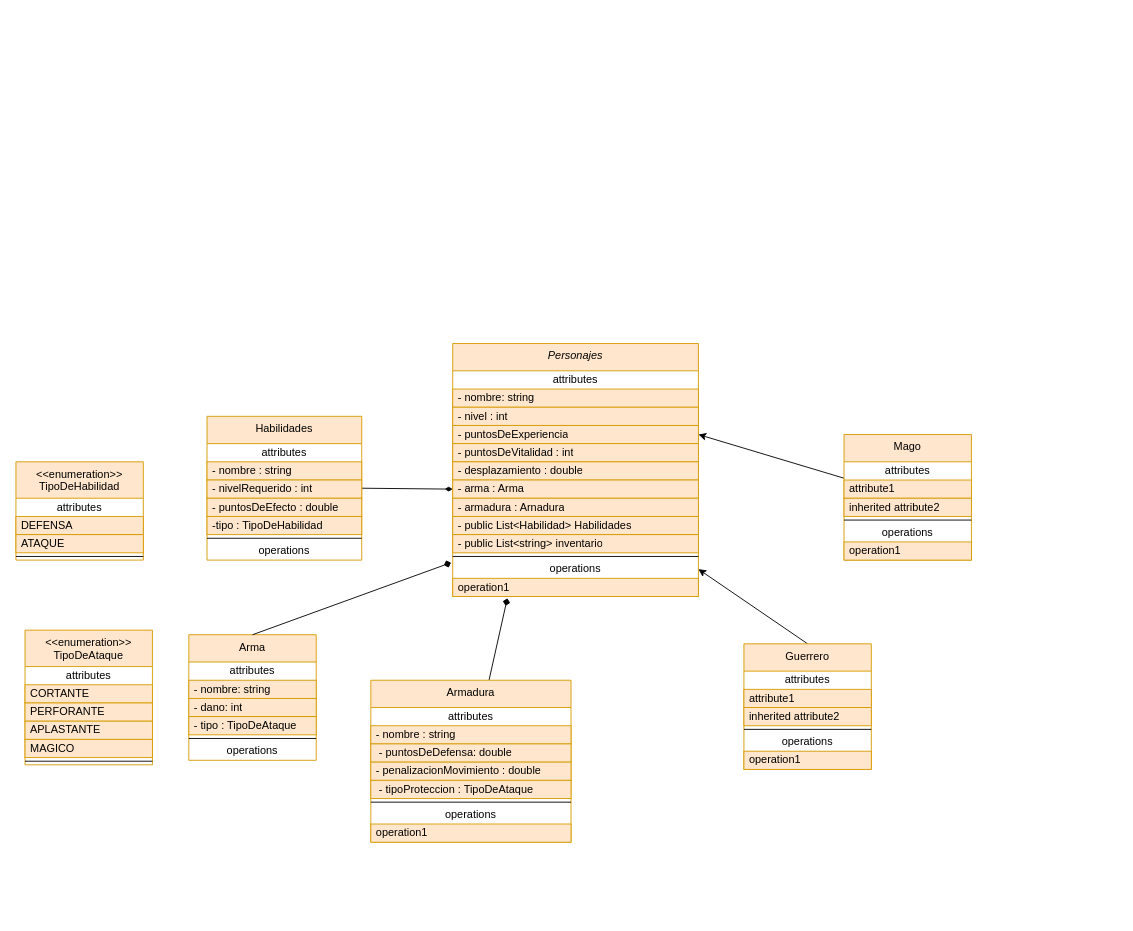
The draw.io diagram Unidad_2_Programacion/guiaEjercicios/Personajes/diagrama/juegos.dio in EdgarSteinberg/UTN-Programacion-II, before the edit. Source tidied: cells renumbered, new cells numbered last; positions are measured from the earlier drawing's top-left corner, leaving out a move shared by most shapes. Both pictures are drawn from the tidied source at 91%, with x=0, y=0 at pixel (15, 343).
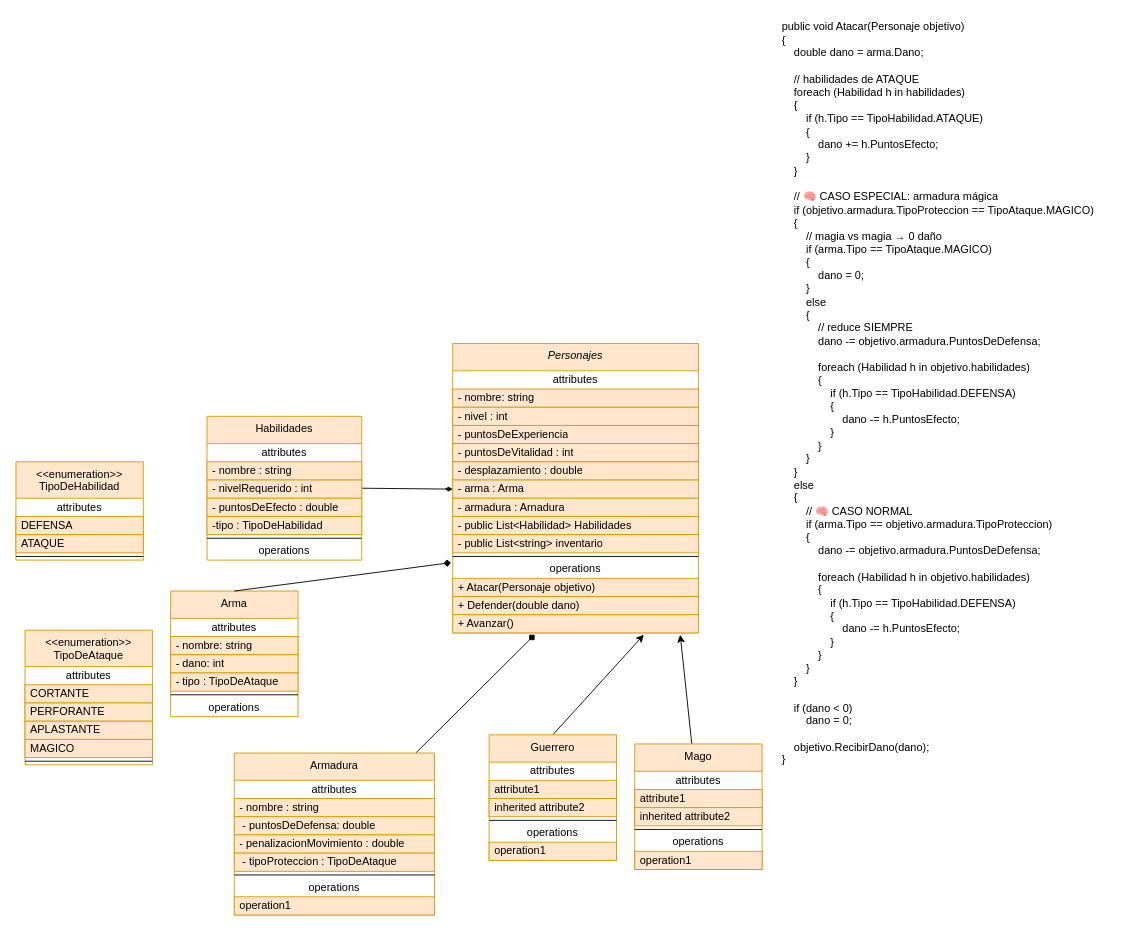
Above is the later version.

Commit message:
diagrama de clases anadiendo metodo de ataque

The change refers to these unchanged cells:
```xml
<mxCell id="14" value="operations" style="text;html=1;strokeColor=none;fillColor=none;align=center;verticalAlign=middle;spacingLeft=4;spacingRight=4;overflow=hidden;points=[[0,0.5],[1,0.5]];portConstraint=eastwest;whiteSpace=wrap;" parent="2" vertex="1">
  <mxGeometry y="238" width="270" height="20" as="geometry" />
</mxCell>
```

Change to the diagram source:
```diff
@@
     <mxCell id="2" value="&lt;i&gt;Personajes&lt;/i&gt;" style="swimlane;fontStyle=0;align=center;verticalAlign=top;horizontal=1;startSize=30;html=1;whiteSpace=wrap;fillColor=#ffe6cc;strokeColor=#d79b00;" parent="1" vertex="1">
-      <mxGeometry x="480" width="270" height="278" as="geometry" />
+      <mxGeometry x="480" width="270" height="318" as="geometry" />
     </mxCell>
@@
-    <mxCell id="15" value="operation1" style="text;html=1;strokeColor=#d79b00;fillColor=#ffe6cc;align=left;verticalAlign=middle;spacingLeft=4;spacingRight=4;overflow=hidden;whiteSpace=wrap;" parent="2" vertex="1">
+    <mxCell id="15" value="+ Atacar(Personaje objetivo)" style="text;html=1;strokeColor=#d79b00;fillColor=#ffe6cc;align=left;verticalAlign=middle;spacingLeft=4;spacingRight=4;overflow=hidden;whiteSpace=wrap;" parent="2" vertex="1">
       <mxGeometry y="258" width="270" height="20" as="geometry" />
     </mxCell>
+    <mxCell id="71" value="+ Defender(double dano)" style="text;html=1;strokeColor=#d79b00;fillColor=#ffe6cc;align=left;verticalAlign=middle;spacingLeft=4;spacingRight=4;overflow=hidden;whiteSpace=wrap;" parent="2" vertex="1">
+      <mxGeometry y="278" width="270" height="20" as="geometry" />
+    </mxCell>
+    <mxCell id="72" value="+ Avanzar()" style="text;html=1;strokeColor=#d79b00;fillColor=#ffe6cc;align=left;verticalAlign=middle;spacingLeft=4;spacingRight=4;overflow=hidden;whiteSpace=wrap;" parent="2" vertex="1">
+      <mxGeometry y="298" width="270" height="20" as="geometry" />
+    </mxCell>
-    <mxCell id="16" style="edgeStyle=none;html=1;exitX=0.5;exitY=0;exitDx=0;exitDy=0;entryX=1;entryY=0.5;entryDx=0;entryDy=0;" parent="1" edge="1" source="17" target="14">
-      <mxGeometry relative="1" as="geometry" />
+    <mxCell id="16" style="edgeStyle=none;html=1;exitX=0.5;exitY=0;exitDx=0;exitDy=0;" parent="1" edge="1" source="17">
+      <mxGeometry relative="1" as="geometry">
+        <mxPoint x="690" y="320" as="targetPoint" />
+      </mxGeometry>
     </mxCell>
     <mxCell id="17" value="Guerrero" style="swimlane;fontStyle=0;align=center;verticalAlign=top;horizontal=1;startSize=30;html=1;whiteSpace=wrap;fillColor=#ffe6cc;strokeColor=#d79b00;" parent="1" vertex="1">
-      <mxGeometry x="800" y="330" width="140" height="138" as="geometry" />
+      <mxGeometry x="520" y="430" width="140" height="138" as="geometry" />
     </mxCell>
@@
     <mxCell id="24" style="edgeStyle=none;html=1;" parent="1" edge="1" source="25">
       <mxGeometry relative="1" as="geometry">
-        <mxPoint x="750" y="100" as="targetPoint" />
+        <mxPoint x="730" y="320" as="targetPoint" />
       </mxGeometry>
     </mxCell>
     <mxCell id="25" value="Mago" style="swimlane;fontStyle=0;align=center;verticalAlign=top;horizontal=1;startSize=30;html=1;whiteSpace=wrap;fillColor=#ffe6cc;strokeColor=#d79b00;" parent="1" vertex="1">
-      <mxGeometry x="910" y="100" width="140" height="138" as="geometry" />
+      <mxGeometry x="680" y="440" width="140" height="138" as="geometry" />
     </mxCell>
@@
     <mxCell id="32" value="Arma" style="swimlane;fontStyle=0;align=center;verticalAlign=top;horizontal=1;startSize=30;html=1;whiteSpace=wrap;fillColor=#ffe6cc;strokeColor=#d79b00;" parent="1" vertex="1">
-      <mxGeometry x="190" y="320" width="140" height="138" as="geometry" />
+      <mxGeometry x="170" y="272" width="140" height="138" as="geometry" />
     </mxCell>
@@
     <mxCell id="39" style="edgeStyle=none;html=1;endArrow=diamond;endFill=1;" parent="1" edge="1" source="40">
       <mxGeometry relative="1" as="geometry">
-        <mxPoint x="540" y="280" as="targetPoint" />
+        <mxPoint x="570" y="320" as="targetPoint" />
       </mxGeometry>
     </mxCell>
     <mxCell id="40" value="Armadura" style="swimlane;fontStyle=0;align=center;verticalAlign=top;horizontal=1;startSize=30;html=1;whiteSpace=wrap;fillColor=#ffe6cc;strokeColor=#d79b00;" parent="1" vertex="1">
-      <mxGeometry x="390" y="370" width="220" height="178" as="geometry" />
+      <mxGeometry x="240" y="450" width="220" height="178" as="geometry" />
     </mxCell>
@@
+    <mxCell id="73" value="&lt;div&gt;public void Atacar(Personaje objetivo)&lt;/div&gt;&lt;div&gt;{&lt;/div&gt;&lt;div&gt;&amp;nbsp; &amp;nbsp; double dano = arma.Dano;&lt;/div&gt;&lt;div&gt;&lt;br&gt;&lt;/div&gt;&lt;div&gt;&amp;nbsp; &amp;nbsp; // habilidades de ATAQUE&lt;/div&gt;&lt;div&gt;&amp;nbsp; &amp;nbsp; foreach (Habilidad h in habilidades)&lt;/div&gt;&lt;div&gt;&amp;nbsp; &amp;nbsp; {&lt;/div&gt;&lt;div&gt;&amp;nbsp; &amp;nbsp; &amp;nbsp; &amp;nbsp; if (h.Tipo == TipoHabilidad.ATAQUE)&lt;/div&gt;&lt;div&gt;&amp;nbsp; &amp;nbsp; &amp;nbsp; &amp;nbsp; {&lt;/div&gt;&lt;div&gt;&amp;nbsp; &amp;nbsp; &amp;nbsp; &amp;nbsp; &amp;nbsp; &amp;nbsp; dano += h.PuntosEfecto;&lt;/div&gt;&lt;div&gt;&amp;nbsp; &amp;nbsp; &amp;nbsp; &amp;nbsp; }&lt;/div&gt;&lt;div&gt;&amp;nbsp; &amp;nbsp; }&lt;/div&gt;&lt;div&gt;&lt;br&gt;&lt;/div&gt;&lt;div&gt;&amp;nbsp; &amp;nbsp; // 🧠 CASO ESPECIAL: armadura mágica&lt;/div&gt;&lt;div&gt;&amp;nbsp; &amp;nbsp; if (objetivo.armadura.TipoProteccion == TipoAtaque.MAGICO)&lt;/div&gt;&lt;div&gt;&amp;nbsp; &amp;nbsp; {&lt;/div&gt;&lt;div&gt;&amp;nbsp; &amp;nbsp; &amp;nbsp; &amp;nbsp; // magia vs magia → 0 daño&lt;/div&gt;&lt;div&gt;&amp;nbsp; &amp;nbsp; &amp;nbsp; &amp;nbsp; if (arma.Tipo == TipoAtaque.MAGICO)&lt;/div&gt;&lt;div&gt;&amp;nbsp; &amp;nbsp; &amp;nbsp; &amp;nbsp; {&lt;/div&gt;&lt;div&gt;&amp;nbsp; &amp;nbsp; &amp;nbsp; &amp;nbsp; &amp;nbsp; &amp;nbsp; dano = 0;&lt;/div&gt;&lt;div&gt;&amp;nbsp; &amp;nbsp; &amp;nbsp; &amp;nbsp; }&lt;/div&gt;&lt;div&gt;&amp;nbsp; &amp;nbsp; &amp;nbsp; &amp;nbsp; else&lt;/div&gt;&lt;div&gt;&amp;nbsp; &amp;nbsp; &amp;nbsp; &amp;nbsp; {&lt;/div&gt;&lt;div&gt;&amp;nbsp; &amp;nbsp; &amp;nbsp; &amp;nbsp; &amp;nbsp; &amp;nbsp; // reduce SIEMPRE&lt;/div&gt;&lt;div&gt;&amp;nbsp; &amp;nbsp; &amp;nbsp; &amp;nbsp; &amp;nbsp; &amp;nbsp; dano -= objetivo.armadura.PuntosDeDefensa;&lt;/div&gt;&lt;div&gt;&lt;br&gt;&lt;/div&gt;&lt;div&gt;&amp;nbsp; &amp;nbsp; &amp;nbsp; &amp;nbsp; &amp;nbsp; &amp;nbsp; foreach (Habilidad h in objetivo.habilidades)&lt;/div&gt;&lt;div&gt;&amp;nbsp; &amp;nbsp; &amp;nbsp; &amp;nbsp; &amp;nbsp; &amp;nbsp; {&lt;/div&gt;&lt;div&gt;&amp;nbsp; &amp;nbsp; &amp;nbsp; &amp;nbsp; &amp;nbsp; &amp;nbsp; &amp;nbsp; &amp;nbsp; if (h.Tipo == TipoHabilidad.DEFENSA)&lt;/div&gt;&lt;div&gt;&amp;nbsp; &amp;nbsp; &amp;nbsp; &amp;nbsp; &amp;nbsp; &amp;nbsp; &amp;nbsp; &amp;nbsp; {&lt;/div&gt;&lt;div&gt;&amp;nbsp; &amp;nbsp; &amp;nbsp; &amp;nbsp; &amp;nbsp; &amp;nbsp; &amp;nbsp; &amp;nbsp; &amp;nbsp; &amp;nbsp; dano -= h.PuntosEfecto;&lt;/div&gt;&lt;div&gt;&amp;nbsp; &amp;nbsp; &amp;nbsp; &amp;nbsp; &amp;nbsp; &amp;nbsp; &amp;nbsp; &amp;nbsp; }&lt;/div&gt;&lt;div&gt;&amp;nbsp; &amp;nbsp; &amp;nbsp; &amp;nbsp; &amp;nbsp; &amp;nbsp; }&lt;/div&gt;&lt;div&gt;&amp;nbsp; &amp;nbsp; &amp;nbsp; &amp;nbsp; }&lt;/div&gt;&lt;div&gt;&amp;nbsp; &amp;nbsp; }&lt;/div&gt;&lt;div&gt;&amp;nbsp; &amp;nbsp; else&lt;/div&gt;&lt;div&gt;&amp;nbsp; &amp;nbsp; {&lt;/div&gt;&lt;div&gt;&amp;nbsp; &amp;nbsp; &amp;nbsp; &amp;nbsp; // 🧠 CASO NORMAL&lt;/div&gt;&lt;div&gt;&amp;nbsp; &amp;nbsp; &amp;nbsp; &amp;nbsp; if (arma.Tipo == objetivo.armadura.TipoProteccion)&lt;/div&gt;&lt;div&gt;&amp;nbsp; &amp;nbsp; &amp;nbsp; &amp;nbsp; {&lt;/div&gt;&lt;div&gt;&amp;nbsp; &amp;nbsp; &amp;nbsp; &amp;nbsp; &amp;nbsp; &amp;nbsp; dano -= objetivo.armadura.PuntosDeDefensa;&lt;/div&gt;&lt;div&gt;&lt;br&gt;&lt;/div&gt;&lt;div&gt;&amp;nbsp; &amp;nbsp; &amp;nbsp; &amp;nbsp; &amp;nbsp; &amp;nbsp; foreach (Habilidad h in objetivo.habilidades)&lt;/div&gt;&lt;div&gt;&amp;nbsp; &amp;nbsp; &amp;nbsp; &amp;nbsp; &amp;nbsp; &amp;nbsp; {&lt;/div&gt;&lt;div&gt;&amp;nbsp; &amp;nbsp; &amp;nbsp; &amp;nbsp; &amp;nbsp; &amp;nbsp; &amp;nbsp; &amp;nbsp; if (h.Tipo == TipoHabilidad.DEFENSA)&lt;/div&gt;&lt;div&gt;&amp;nbsp; &amp;nbsp; &amp;nbsp; &amp;nbsp; &amp;nbsp; &amp;nbsp; &amp;nbsp; &amp;nbsp; {&lt;/div&gt;&lt;div&gt;&amp;nbsp; &amp;nbsp; &amp;nbsp; &amp;nbsp; &amp;nbsp; &amp;nbsp; &amp;nbsp; &amp;nbsp; &amp;nbsp; &amp;nbsp; dano -= h.PuntosEfecto;&lt;/div&gt;&lt;div&gt;&amp;nbsp; &amp;nbsp; &amp;nbsp; &amp;nbsp; &amp;nbsp; &amp;nbsp; &amp;nbsp; &amp;nbsp; }&lt;/div&gt;&lt;div&gt;&amp;nbsp; &amp;nbsp; &amp;nbsp; &amp;nbsp; &amp;nbsp; &amp;nbsp; }&lt;/div&gt;&lt;div&gt;&amp;nbsp; &amp;nbsp; &amp;nbsp; &amp;nbsp; }&lt;/div&gt;&lt;div&gt;&amp;nbsp; &amp;nbsp; }&lt;/div&gt;&lt;div&gt;&lt;br&gt;&lt;/div&gt;&lt;div&gt;&amp;nbsp; &amp;nbsp; if (dano &amp;lt; 0)&lt;/div&gt;&lt;div&gt;&amp;nbsp; &amp;nbsp; &amp;nbsp; &amp;nbsp; dano = 0;&lt;/div&gt;&lt;div&gt;&lt;br&gt;&lt;/div&gt;&lt;div&gt;&amp;nbsp; &amp;nbsp; objetivo.RecibirDano(dano);&lt;/div&gt;&lt;div&gt;}&lt;/div&gt;" style="text;html=1;align=left;verticalAlign=middle;strokeColor=none;fillColor=none;" parent="1" vertex="1">
+      <mxGeometry x="840" y="-360" width="370" height="830" as="geometry" />
+    </mxCell>
```
